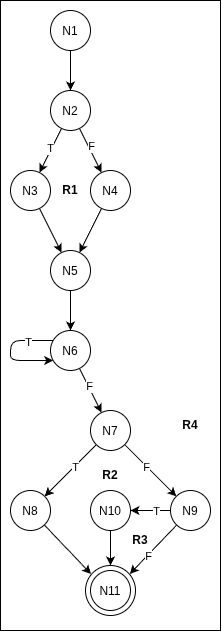
Before: Prática - Caça às Bruxas/Diagrama 1.png, a diagram exported from draw.io (Henrique-Segundo/TESTES_26.02). Source tidied: cells renumbered, new cells last; positions are measured from the earlier drawing's top-left corner, leaving out a move shared by most shapes.
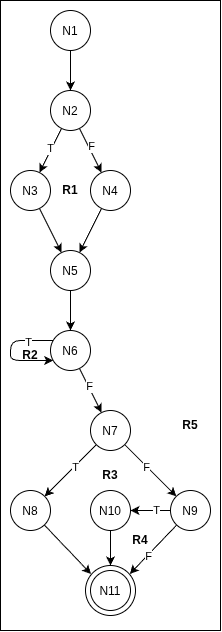
The same diagram one commit later.

Diff of the diagram source:
```diff
@@ -118,13 +118,16 @@
       <mxGeometry x="40" y="175" width="60" height="30" as="geometry" />
     </mxCell>
     <mxCell id="38" value="R2" style="text;html=1;whiteSpace=wrap;strokeColor=none;fillColor=none;align=center;verticalAlign=middle;rounded=0;fontStyle=1;" parent="1" vertex="1">
-      <mxGeometry x="80" y="460" width="60" height="30" as="geometry" />
+      <mxGeometry y="340" width="60" height="30" as="geometry" />
     </mxCell>
-    <mxCell id="39" value="R3" style="text;html=1;whiteSpace=wrap;strokeColor=none;fillColor=none;align=center;verticalAlign=middle;rounded=0;fontStyle=1;" parent="1" vertex="1">
+    <mxCell id="39" value="R4" style="text;html=1;whiteSpace=wrap;strokeColor=none;fillColor=none;align=center;verticalAlign=middle;rounded=0;fontStyle=1;" parent="1" vertex="1">
       <mxGeometry x="110" y="525" width="60" height="30" as="geometry" />
     </mxCell>
-    <mxCell id="40" value="R4" style="text;html=1;whiteSpace=wrap;strokeColor=none;fillColor=none;align=center;verticalAlign=middle;rounded=0;fontStyle=1;" parent="1" vertex="1">
+    <mxCell id="40" value="R5" style="text;html=1;whiteSpace=wrap;strokeColor=none;fillColor=none;align=center;verticalAlign=middle;rounded=0;fontStyle=1;" parent="1" vertex="1">
       <mxGeometry x="160" y="410" width="60" height="30" as="geometry" />
     </mxCell>
+    <mxCell id="41" value="R3" style="text;html=1;whiteSpace=wrap;strokeColor=none;fillColor=none;align=center;verticalAlign=middle;rounded=0;fontStyle=1;" parent="1" vertex="1">
+      <mxGeometry x="80" y="460" width="60" height="30" as="geometry" />
+    </mxCell>
   </root>
 </mxGraphModel>
```
